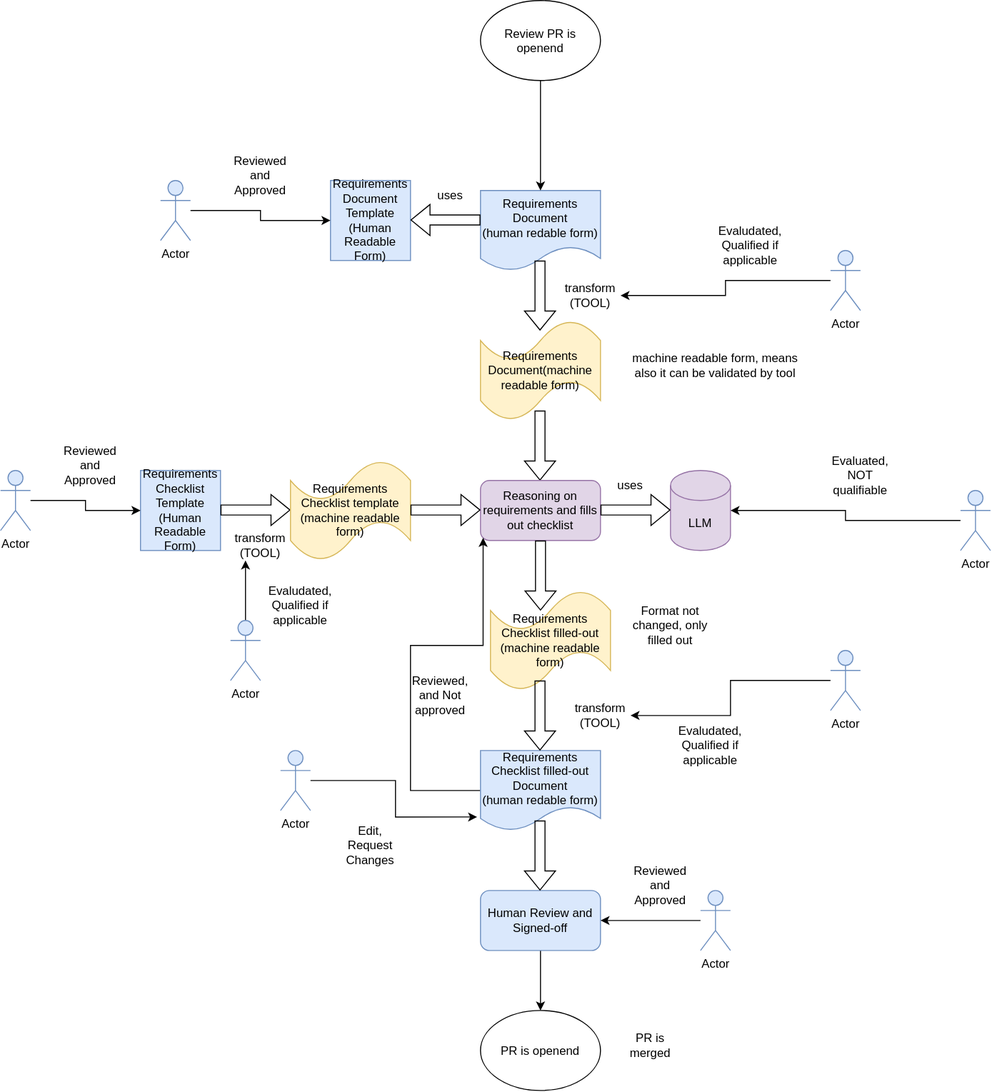
The draw.io diagram pr-809/_images/ai_supported_sldc_review_example.drawio.svg in eclipse-score/process_description, before a commit. Source tidied: cells renumbered, new cells last; positions are measured from the earlier drawing's top-left corner, leaving out a move shared by most shapes.
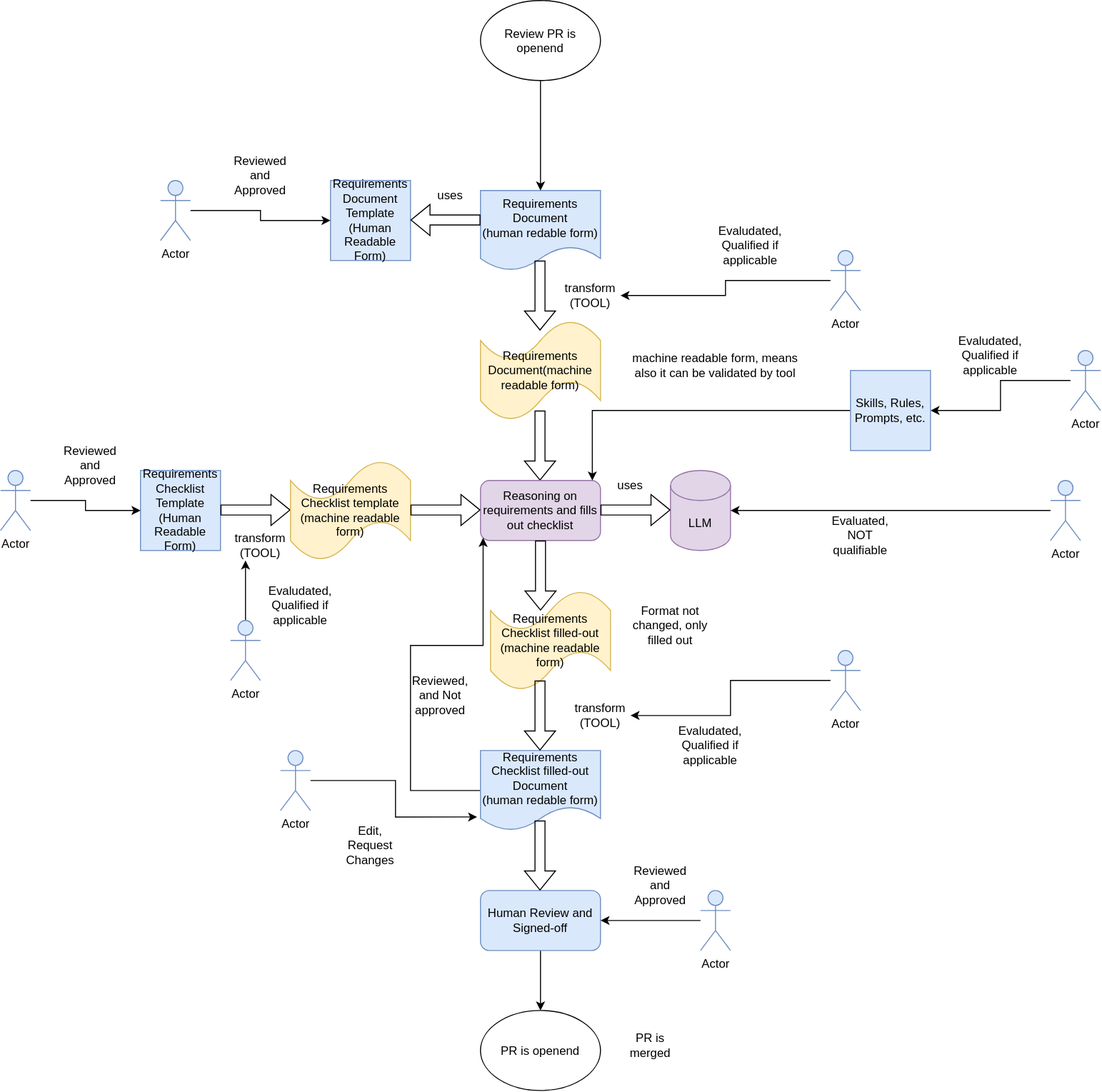
After the commit.

Diff of the diagram source:
```diff
@@ -155,8 +155,11 @@
     <mxCell id="41" value="Actor" style="shape=umlActor;verticalLabelPosition=bottom;verticalAlign=top;html=1;outlineConnect=0;fillColor=#dae8fc;strokeColor=#6c8ebf;" parent="1" vertex="1">
       <mxGeometry x="230" y="620" width="30" height="60" as="geometry" />
     </mxCell>
+    <mxCell id="59" style="edgeStyle=orthogonalEdgeStyle;rounded=0;jettySize=auto;html=1;entryX=1;entryY=0.5;entryDx=0;entryDy=0;" parent="1" edge="1" source="62" target="61">
+      <mxGeometry relative="1" as="geometry" />
+    </mxCell>
     <mxCell id="42" value="Actor" style="shape=umlActor;verticalLabelPosition=bottom;verticalAlign=top;html=1;outlineConnect=0;fillColor=#dae8fc;strokeColor=#6c8ebf;" parent="1" vertex="1">
-      <mxGeometry x="960" y="490" width="30" height="60" as="geometry" />
+      <mxGeometry x="1050" y="480" width="30" height="60" as="geometry" />
     </mxCell>
     <mxCell id="43" style="edgeStyle=orthogonalEdgeStyle;rounded=0;jettySize=auto;html=1;entryX=1;entryY=0.5;entryDx=0;entryDy=0;entryPerimeter=0;" parent="1" edge="1" source="42" target="16">
       <mxGeometry relative="1" as="geometry" />
@@ -165,7 +168,7 @@
       <mxGeometry x="720" y="230" width="60" height="30" as="geometry" />
     </mxCell>
     <mxCell id="45" value="Evaluated, NOT qualifiable" style="text;html=1;whiteSpace=wrap;strokeColor=none;fillColor=none;align=center;verticalAlign=middle;rounded=0;" parent="1" vertex="1">
-      <mxGeometry x="830" y="460" width="60" height="30" as="geometry" />
+      <mxGeometry x="830" y="520" width="60" height="30" as="geometry" />
     </mxCell>
     <mxCell id="46" value="Evaludated, Qualified if applicable" style="text;html=1;whiteSpace=wrap;strokeColor=none;fillColor=none;align=center;verticalAlign=middle;rounded=0;" parent="1" vertex="1">
       <mxGeometry x="680" y="730" width="60" height="30" as="geometry" />
@@ -206,5 +209,21 @@
     <mxCell id="58" value="PR is merged" style="text;html=1;whiteSpace=wrap;strokeColor=none;fillColor=none;align=center;verticalAlign=middle;rounded=0;" parent="1" vertex="1">
       <mxGeometry x="620" y="1030" width="60" height="30" as="geometry" />
     </mxCell>
+    <mxCell id="60" style="edgeStyle=orthogonalEdgeStyle;rounded=0;jettySize=auto;html=1;entryX=0.932;entryY=0;entryDx=0;entryDy=0;" parent="1" edge="1" source="61" target="13">
+      <mxGeometry relative="1" as="geometry">
+        <Array as="points">
+          <mxPoint x="591.8" y="410" />
+        </Array>
+      </mxGeometry>
+    </mxCell>
+    <mxCell id="61" value="Skills, Rules,&lt;div&gt;Prompts, etc.&lt;/div&gt;" style="whiteSpace=wrap;html=1;fillColor=#dae8fc;strokeColor=#6c8ebf;" parent="1" vertex="1">
+      <mxGeometry x="850" y="370" width="80" height="80" as="geometry" />
+    </mxCell>
+    <mxCell id="62" value="Actor" style="shape=umlActor;verticalLabelPosition=bottom;verticalAlign=top;html=1;outlineConnect=0;fillColor=#dae8fc;strokeColor=#6c8ebf;" parent="1" vertex="1">
+      <mxGeometry x="1070" y="350" width="30" height="60" as="geometry" />
+    </mxCell>
+    <mxCell id="63" value="Evaludated, Qualified if applicable" style="text;html=1;whiteSpace=wrap;strokeColor=none;fillColor=none;align=center;verticalAlign=middle;rounded=0;" parent="1" vertex="1">
+      <mxGeometry x="960" y="340" width="60" height="30" as="geometry" />
+    </mxCell>
   </root>
 </mxGraphModel>
```
